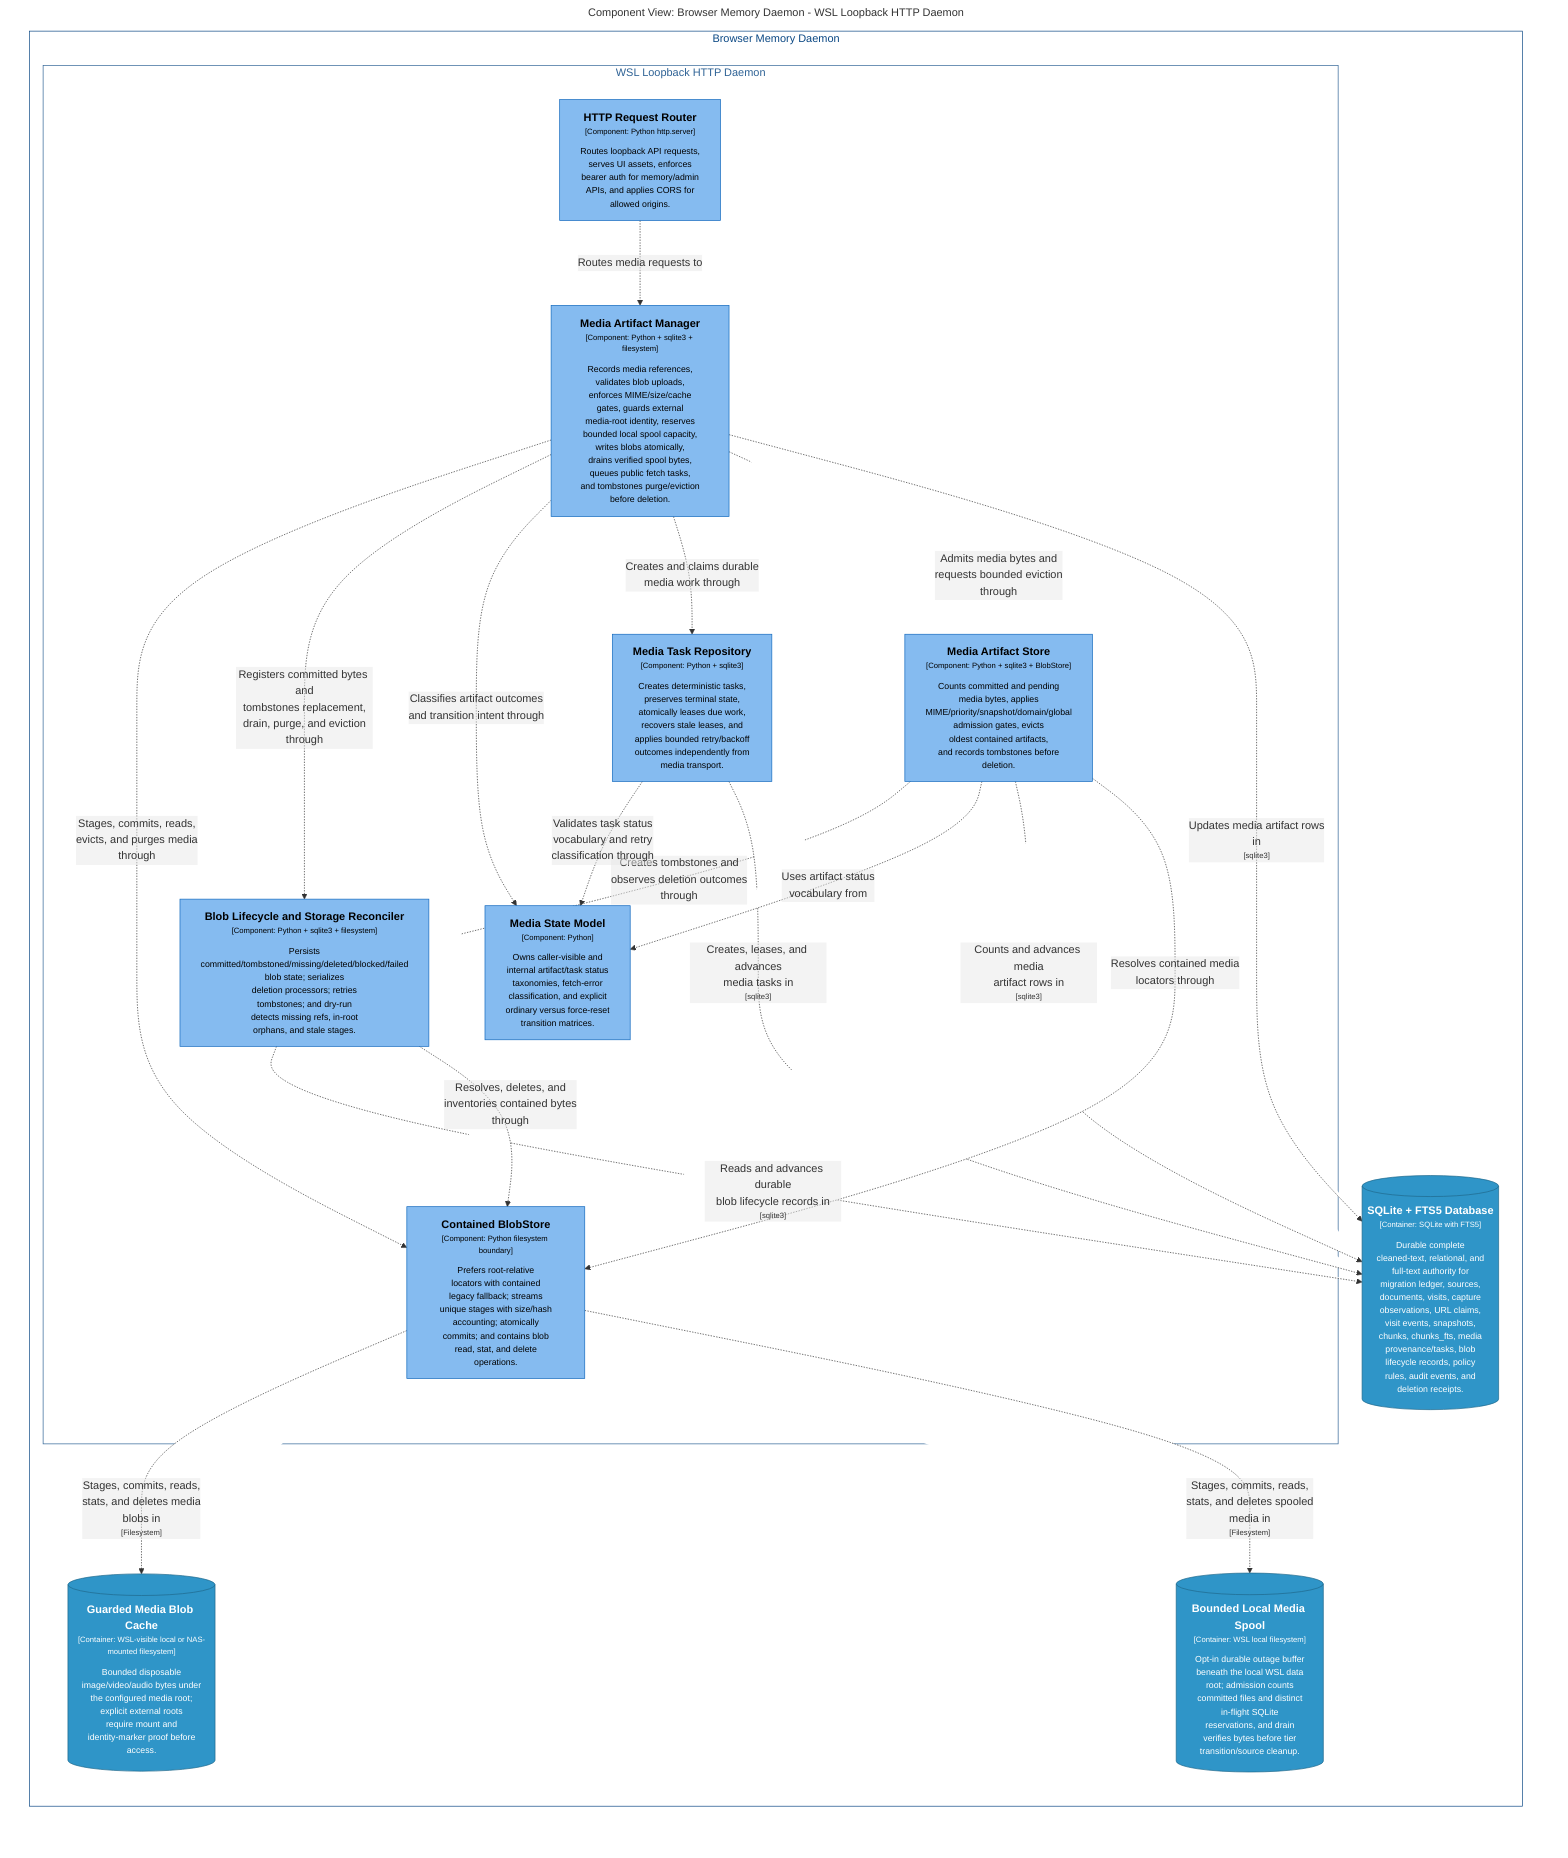
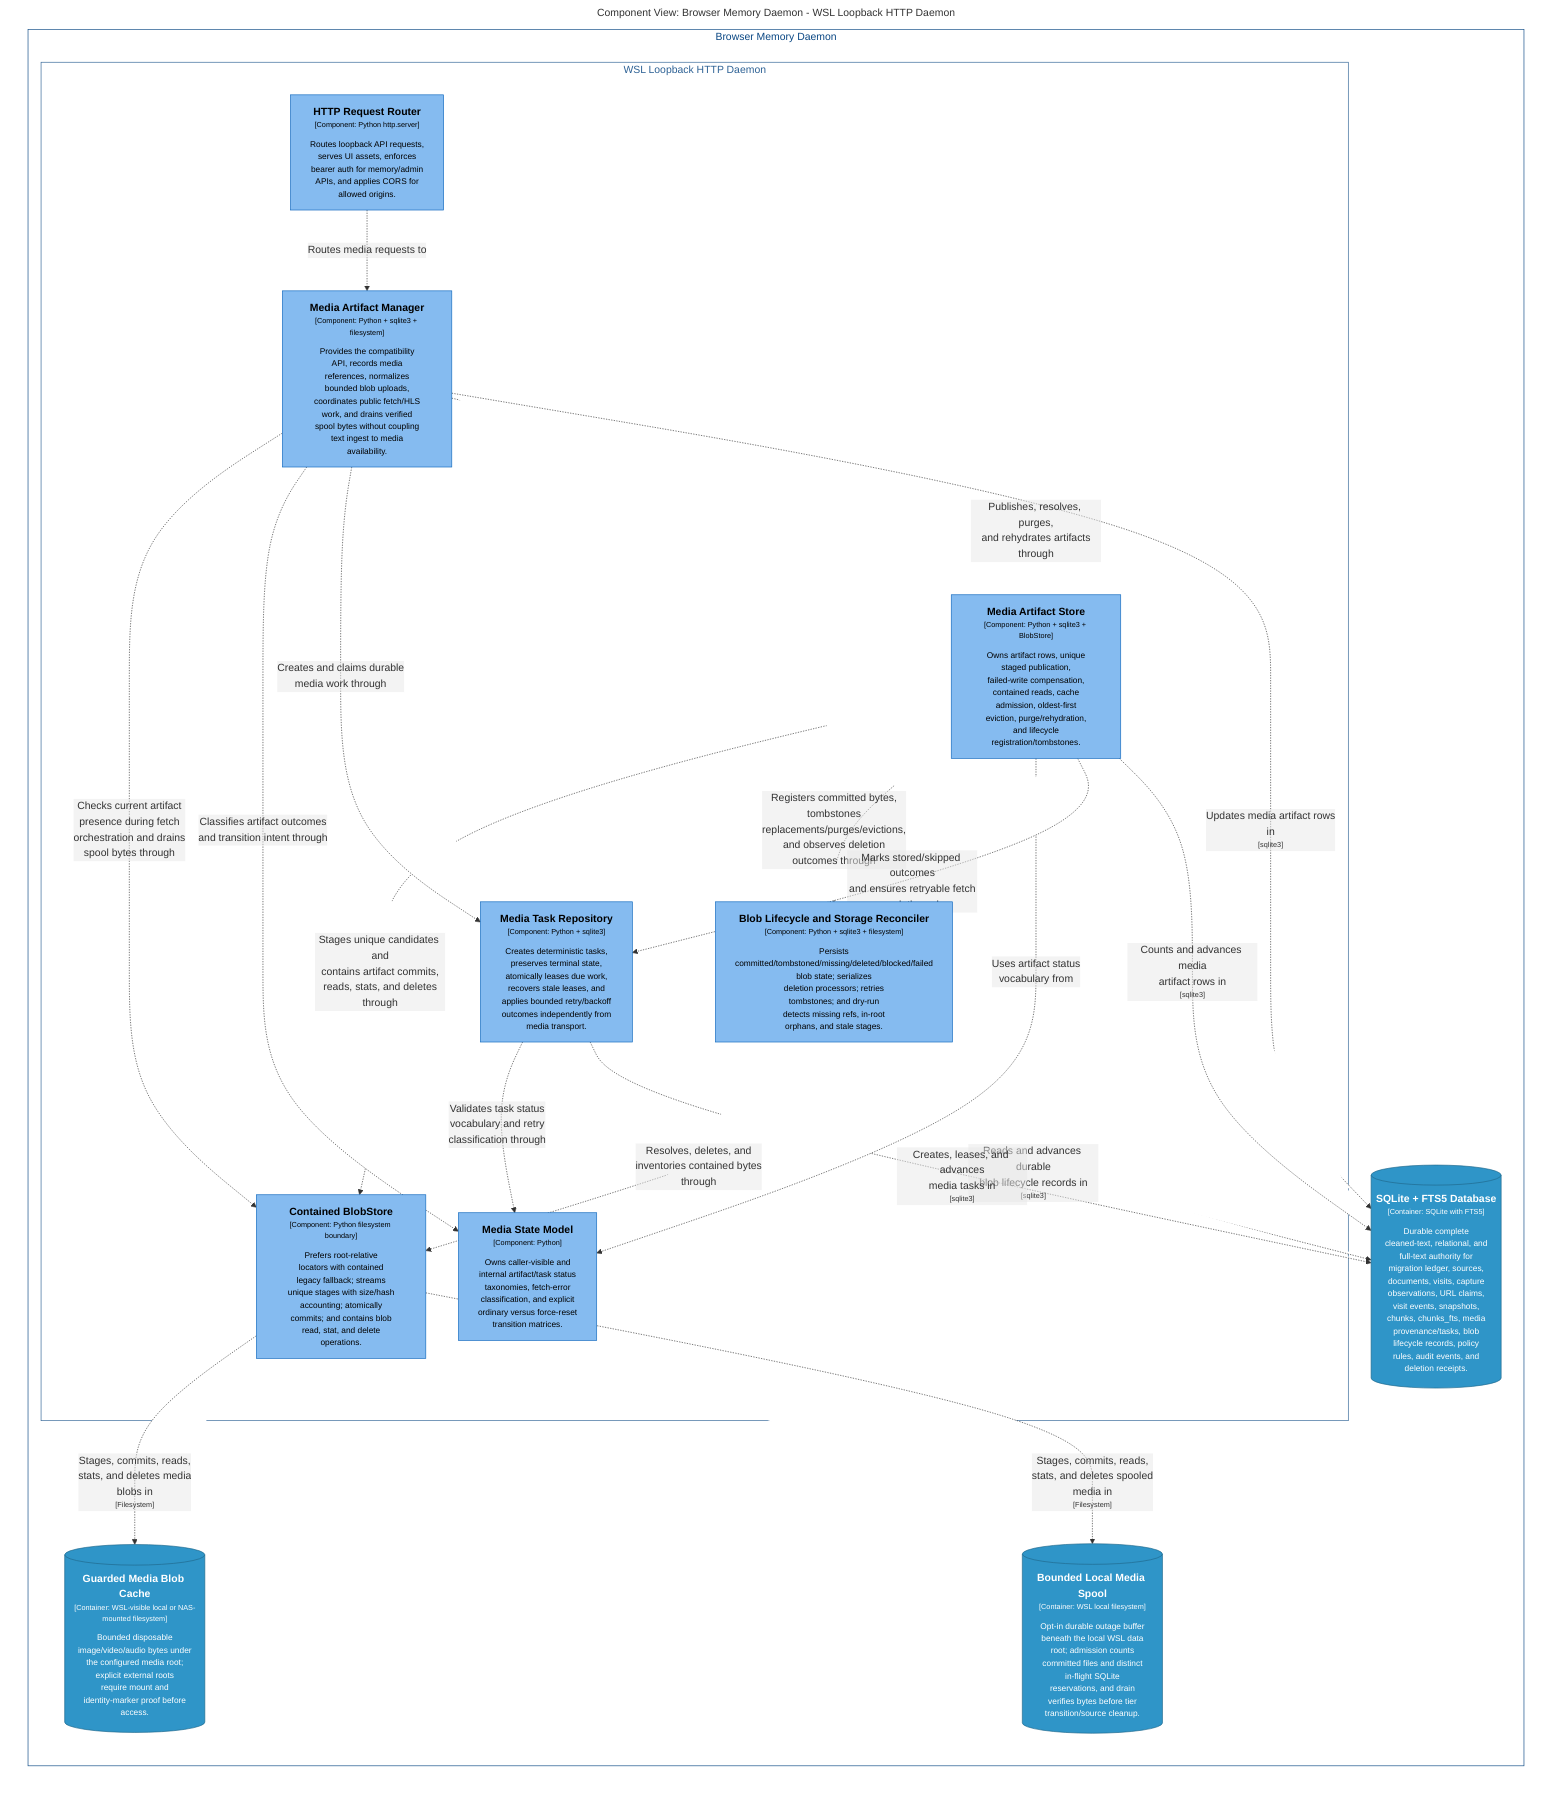
graph LR
  linkStyle default fill:#ffffff

  subgraph diagram ["Component View: Browser Memory Daemon - WSL Loopback HTTP Daemon"]
    style diagram fill:#ffffff,stroke:#ffffff

    subgraph 4 ["Browser Memory Daemon"]
      style 4 fill:#ffffff,stroke:#0b4884,color:#0b4884

      subgraph 14 ["WSL Loopback HTTP Daemon"]
        style 14 fill:#ffffff,stroke:#2e6295,color:#2e6295

        15["<div style='font-weight: bold'>HTTP Request Router</div><div style='font-size: 70%; margin-top: 0px'>[Component: Python http.server]</div><div style='font-size: 80%; margin-top:10px'>Routes loopback API requests,<br />serves UI assets, enforces<br />bearer auth for memory/admin<br />APIs, and applies CORS for<br />allowed origins.</div>"]
        style 15 fill:#85bbf0,stroke:#1168bd,color:#000000
-         21["<div style='font-weight: bold'>Media Artifact Manager</div><div style='font-size: 70%; margin-top: 0px'>[Component: Python + sqlite3 + filesystem]</div><div style='font-size: 80%; margin-top:10px'>Records media references,<br />validates blob uploads,<br />enforces MIME/size/cache<br />gates, guards external<br />media-root identity, reserves<br />bounded local spool capacity,<br />writes blobs atomically,<br />drains verified spool bytes,<br />queues public fetch tasks,<br />and tombstones purge/eviction<br />before deletion.</div>"]
+         21["<div style='font-weight: bold'>Media Artifact Manager</div><div style='font-size: 70%; margin-top: 0px'>[Component: Python + sqlite3 + filesystem]</div><div style='font-size: 80%; margin-top:10px'>Provides the compatibility<br />API, records media<br />references, normalizes<br />bounded blob uploads,<br />coordinates public fetch/HLS<br />work, and drains verified<br />spool bytes without coupling<br />text ingest to media<br />availability.</div>"]
        style 21 fill:#85bbf0,stroke:#1168bd,color:#000000
        22["<div style='font-weight: bold'>Media State Model</div><div style='font-size: 70%; margin-top: 0px'>[Component: Python]</div><div style='font-size: 80%; margin-top:10px'>Owns caller-visible and<br />internal artifact/task status<br />taxonomies, fetch-error<br />classification, and explicit<br />ordinary versus force-reset<br />transition matrices.</div>"]
        style 22 fill:#85bbf0,stroke:#1168bd,color:#000000
        23["<div style='font-weight: bold'>Media Task Repository</div><div style='font-size: 70%; margin-top: 0px'>[Component: Python + sqlite3]</div><div style='font-size: 80%; margin-top:10px'>Creates deterministic tasks,<br />preserves terminal state,<br />atomically leases due work,<br />recovers stale leases, and<br />applies bounded retry/backoff<br />outcomes independently from<br />media transport.</div>"]
        style 23 fill:#85bbf0,stroke:#1168bd,color:#000000
-         24["<div style='font-weight: bold'>Media Artifact Store</div><div style='font-size: 70%; margin-top: 0px'>[Component: Python + sqlite3 + BlobStore]</div><div style='font-size: 80%; margin-top:10px'>Counts committed and pending<br />media bytes, applies<br />MIME/priority/snapshot/domain/global<br />admission gates, evicts<br />oldest contained artifacts,<br />and records tombstones before<br />deletion.</div>"]
+         24["<div style='font-weight: bold'>Media Artifact Store</div><div style='font-size: 70%; margin-top: 0px'>[Component: Python + sqlite3 + BlobStore]</div><div style='font-size: 80%; margin-top:10px'>Owns artifact rows, unique<br />staged publication,<br />failed-write compensation,<br />contained reads, cache<br />admission, oldest-first<br />eviction, purge/rehydration,<br />and lifecycle<br />registration/tombstones.</div>"]
        style 24 fill:#85bbf0,stroke:#1168bd,color:#000000
        25["<div style='font-weight: bold'>Contained BlobStore</div><div style='font-size: 70%; margin-top: 0px'>[Component: Python filesystem boundary]</div><div style='font-size: 80%; margin-top:10px'>Prefers root-relative<br />locators with contained<br />legacy fallback; streams<br />unique stages with size/hash<br />accounting; atomically<br />commits; and contains blob<br />read, stat, and delete<br />operations.</div>"]
        style 25 fill:#85bbf0,stroke:#1168bd,color:#000000
        26["<div style='font-weight: bold'>Blob Lifecycle and Storage Reconciler</div><div style='font-size: 70%; margin-top: 0px'>[Component: Python + sqlite3 + filesystem]</div><div style='font-size: 80%; margin-top:10px'>Persists<br />committed/tombstoned/missing/deleted/blocked/failed<br />blob state; serializes<br />deletion processors; retries<br />tombstones; and dry-run<br />detects missing refs, in-root<br />orphans, and stale stages.</div>"]
        style 26 fill:#85bbf0,stroke:#1168bd,color:#000000
      end

      34[("<div style='font-weight: bold'>SQLite + FTS5 Database</div><div style='font-size: 70%; margin-top: 0px'>[Container: SQLite with FTS5]</div><div style='font-size: 80%; margin-top:10px'>Durable complete<br />cleaned-text, relational, and<br />full-text authority for<br />migration ledger, sources,<br />documents, visits, capture<br />observations, URL claims,<br />visit events, snapshots,<br />chunks, chunks_fts, media<br />provenance/tasks, blob<br />lifecycle records, policy<br />rules, audit events, and<br />deletion receipts.</div>")]
      style 34 fill:#2f95c8,stroke:#20688c,color:#ffffff
      36[("<div style='font-weight: bold'>Guarded Media Blob Cache</div><div style='font-size: 70%; margin-top: 0px'>[Container: WSL-visible local or NAS-mounted filesystem]</div><div style='font-size: 80%; margin-top:10px'>Bounded disposable<br />image/video/audio bytes under<br />the configured media root;<br />explicit external roots<br />require mount and<br />identity-marker proof before<br />access.</div>")]
      style 36 fill:#2f95c8,stroke:#20688c,color:#ffffff
      37[("<div style='font-weight: bold'>Bounded Local Media Spool</div><div style='font-size: 70%; margin-top: 0px'>[Container: WSL local filesystem]</div><div style='font-size: 80%; margin-top:10px'>Opt-in durable outage buffer<br />beneath the local WSL data<br />root; admission counts<br />committed files and distinct<br />in-flight SQLite<br />reservations, and drain<br />verifies bytes before tier<br />transition/source cleanup.</div>")]
      style 37 fill:#2f95c8,stroke:#20688c,color:#ffffff
    end

-     24-. "<div>Creates tombstones and<br />observes deletion outcomes<br />through</div><div style='font-size: 70%'></div>" .->26
-     21-. "<div>Stages, commits, reads,<br />evicts, and purges media<br />through</div><div style='font-size: 70%'></div>" .->25
-     21-. "<div>Registers committed bytes and<br />tombstones replacement,<br />drain, purge, and eviction<br />through</div><div style='font-size: 70%'></div>" .->26
+     24-. "<div>Stages unique candidates and<br />contains artifact commits,<br />reads, stats, and deletes<br />through</div><div style='font-size: 70%'></div>" .->25
+     24-. "<div>Registers committed bytes,<br />tombstones<br />replacements/purges/evictions,<br />and observes deletion<br />outcomes through</div><div style='font-size: 70%'></div>" .->26
+     21-. "<div>Checks current artifact<br />presence during fetch<br />orchestration and drains<br />spool bytes through</div><div style='font-size: 70%'></div>" .->25
    26-. "<div>Reads and advances durable<br />blob lifecycle records in</div><div style='font-size: 70%'>[sqlite3]</div>" .->34
    26-. "<div>Resolves, deletes, and<br />inventories contained bytes<br />through</div><div style='font-size: 70%'></div>" .->25
    25-. "<div>Stages, commits, reads,<br />stats, and deletes media<br />blobs in</div><div style='font-size: 70%'>[Filesystem]</div>" .->36
    25-. "<div>Stages, commits, reads,<br />stats, and deletes spooled<br />media in</div><div style='font-size: 70%'>[Filesystem]</div>" .->37
    15-. "<div>Routes media requests to</div><div style='font-size: 70%'></div>" .->21
    21-. "<div>Classifies artifact outcomes<br />and transition intent through</div><div style='font-size: 70%'></div>" .->22
    21-. "<div>Creates and claims durable<br />media work through</div><div style='font-size: 70%'></div>" .->23
-     21-. "<div>Admits media bytes and<br />requests bounded eviction<br />through</div><div style='font-size: 70%'></div>" .->24
+     21-. "<div>Publishes, resolves, purges,<br />and rehydrates artifacts<br />through</div><div style='font-size: 70%'></div>" .->24
    21-. "<div>Updates media artifact rows<br />in</div><div style='font-size: 70%'>[sqlite3]</div>" .->34
    23-. "<div>Validates task status<br />vocabulary and retry<br />classification through</div><div style='font-size: 70%'></div>" .->22
    23-. "<div>Creates, leases, and advances<br />media tasks in</div><div style='font-size: 70%'>[sqlite3]</div>" .->34
    24-. "<div>Uses artifact status<br />vocabulary from</div><div style='font-size: 70%'></div>" .->22
+     24-. "<div>Marks stored/skipped outcomes<br />and ensures retryable fetch<br />work through</div><div style='font-size: 70%'></div>" .->23
    24-. "<div>Counts and advances media<br />artifact rows in</div><div style='font-size: 70%'>[sqlite3]</div>" .->34
-     24-. "<div>Resolves contained media<br />locators through</div><div style='font-size: 70%'></div>" .->25

  end